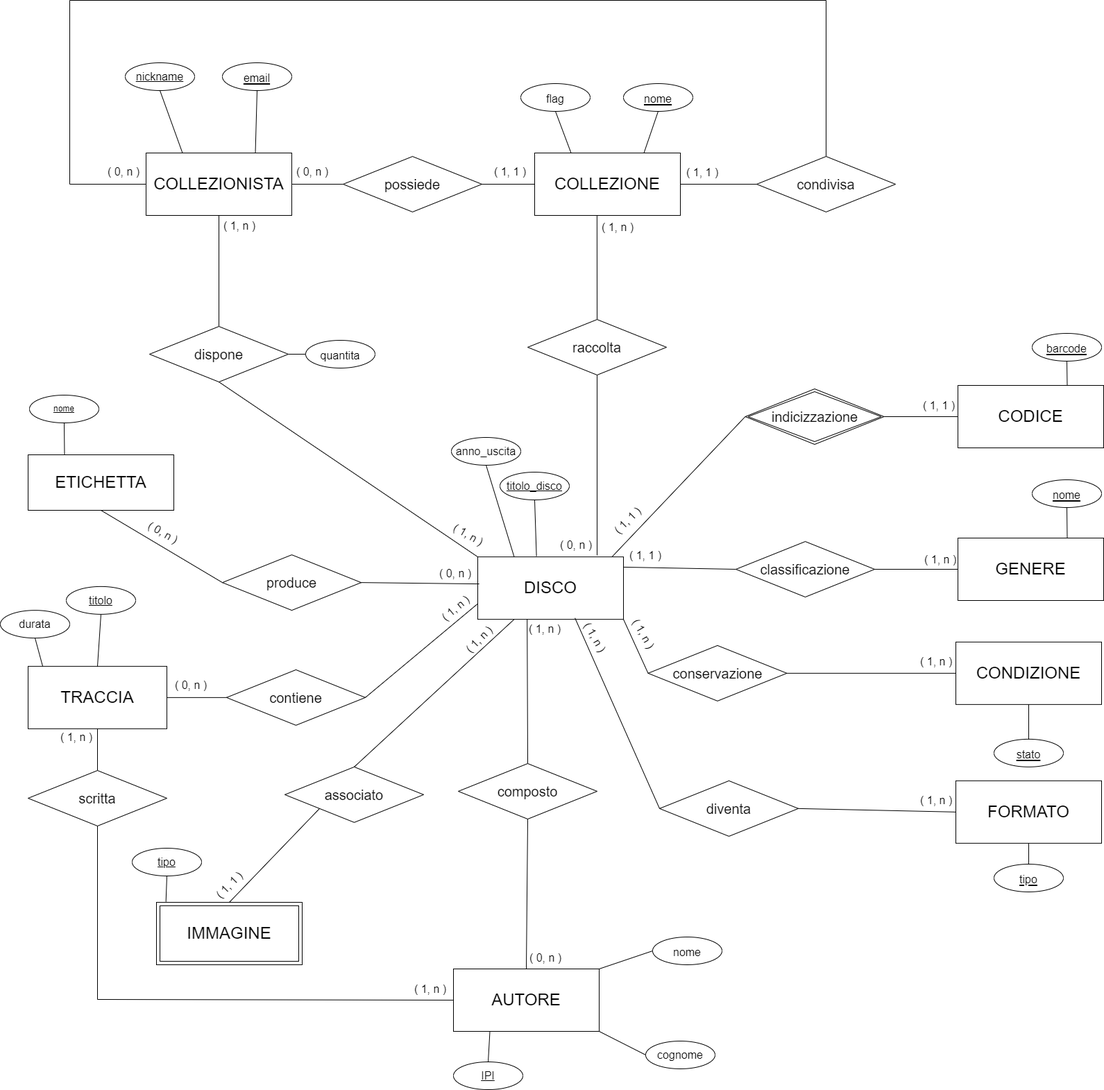
Before: SCHEMA_ER_Progetto Imagine.drawio.png, a diagram exported from draw.io (maryluuuu/db-collectors). Source tidied: cells renumbered, new cells last; positions are measured from the earlier drawing's top-left corner, leaving out a move shared by most shapes.
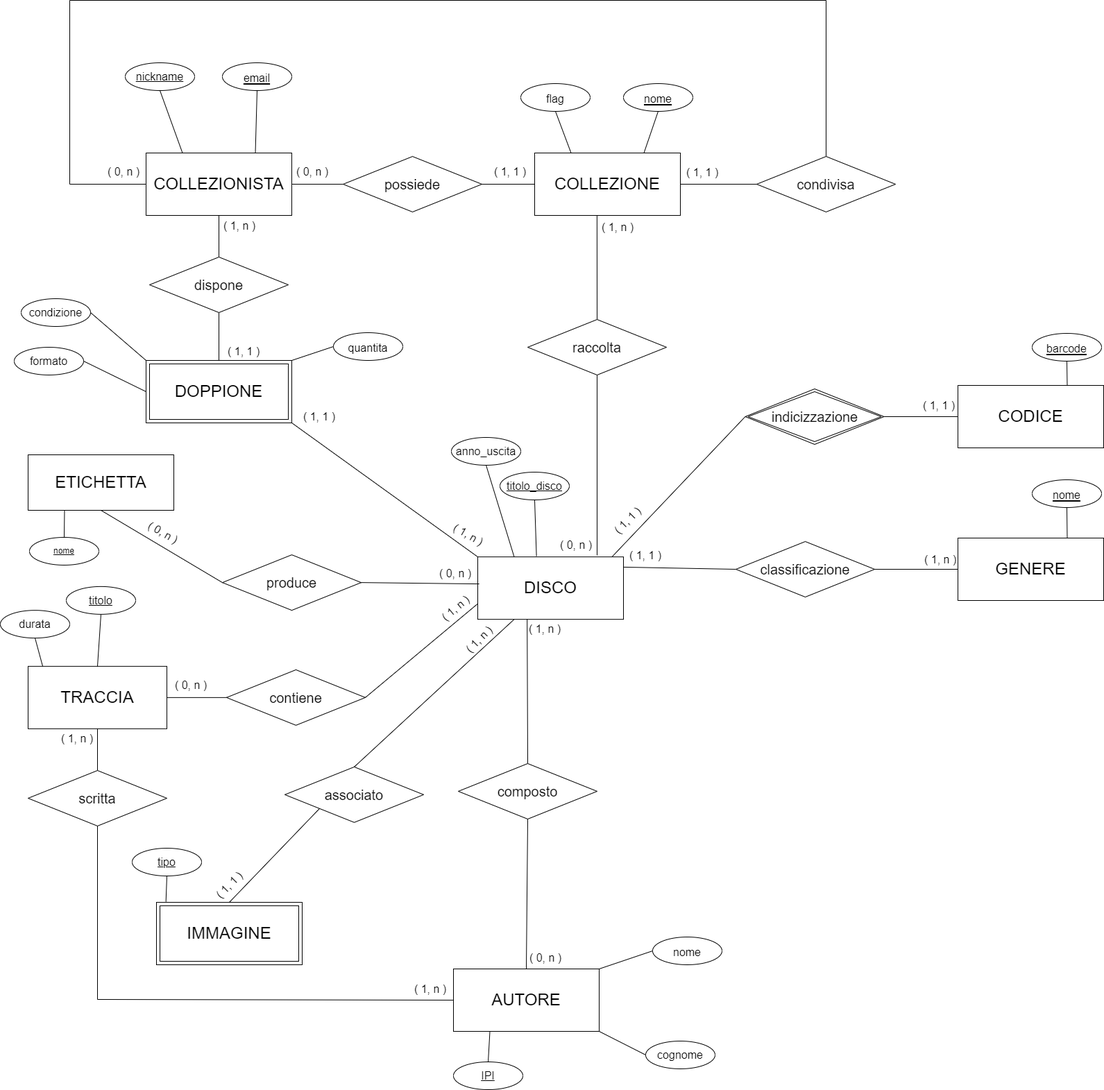
The same diagram one commit later.

Commit message:
Aggiornamento Schema E/R

Change to the diagram source:
```diff
@@ -69,9 +69,9 @@
       <mxGeometry x="860" y="310" width="60" height="30" as="geometry" />
     </mxCell>
     <mxCell id="24" value="&lt;font style=&quot;font-size: 16px;&quot;&gt;quantita&lt;/font&gt;" style="ellipse;whiteSpace=wrap;html=1;align=center;fontSize=24;" parent="1" vertex="1">
-      <mxGeometry x="440" y="490" width="100" height="40" as="geometry" />
+      <mxGeometry x="480" y="479" width="100" height="40" as="geometry" />
     </mxCell>
-    <mxCell id="25" style="endArrow=none;html=1;rounded=0;entryX=0;entryY=0.5;entryDx=0;entryDy=0;exitX=1;exitY=0.5;exitDx=0;exitDy=0;fontSize=24;" parent="1" edge="1" source="103" target="24">
+    <mxCell id="25" style="endArrow=none;html=1;rounded=0;entryX=0;entryY=0.5;entryDx=0;entryDy=0;exitX=1;exitY=0;exitDx=0;exitDy=0;fontSize=24;" parent="1" edge="1" source="115" target="24">
       <mxGeometry relative="1" as="geometry" />
     </mxCell>
     <mxCell id="26" value="&lt;font style=&quot;font-size: 16px;&quot;&gt;nome&lt;/font&gt;" style="ellipse;whiteSpace=wrap;html=1;align=center;fontStyle=4;fontSize=24;" parent="1" vertex="1">
@@ -127,15 +127,6 @@
     <mxCell id="42" value="COLLEZIONE" style="whiteSpace=wrap;html=1;align=center;fontSize=24;" parent="1" vertex="1">
       <mxGeometry x="770" y="220" width="210" height="90" as="geometry" />
     </mxCell>
-    <mxCell id="43" value="&lt;u style=&quot;&quot;&gt;&lt;font style=&quot;font-size: 16px;&quot;&gt;stato&lt;/font&gt;&lt;/u&gt;" style="ellipse;whiteSpace=wrap;html=1;align=center;fontSize=24;" parent="1" vertex="1">
-      <mxGeometry x="1432" y="1064.9" width="100" height="40" as="geometry" />
-    </mxCell>
-    <mxCell id="44" style="endArrow=none;html=1;rounded=0;entryX=1;entryY=1;entryDx=0;entryDy=0;exitX=0;exitY=0.5;exitDx=0;exitDy=0;fontSize=24;" parent="1" edge="1" source="45" target="5">
-      <mxGeometry relative="1" as="geometry" />
-    </mxCell>
-    <mxCell id="45" value="&lt;font style=&quot;font-size: 20px;&quot;&gt;conservazione&lt;/font&gt;" style="shape=rhombus;perimeter=rhombusPerimeter;whiteSpace=wrap;html=1;align=center;fontSize=24;" parent="1" vertex="1">
-      <mxGeometry x="933.5" y="929.9" width="200" height="80" as="geometry" />
-    </mxCell>
     <mxCell id="46" value="( 0, n )" style="text;html=1;strokeColor=none;fillColor=none;align=center;verticalAlign=middle;whiteSpace=wrap;rounded=0;fontSize=16;" parent="1" vertex="1">
       <mxGeometry x="800" y="770" width="60" height="30" as="geometry" />
     </mxCell>
@@ -151,21 +142,6 @@
     <mxCell id="50" value="( 1, 1 )" style="text;html=1;strokeColor=none;fillColor=none;align=center;verticalAlign=middle;whiteSpace=wrap;rounded=0;fontSize=16;" parent="1" vertex="1">
       <mxGeometry x="900" y="785" width="60" height="30" as="geometry" />
     </mxCell>
-    <mxCell id="51" value="CONDIZIONE" style="whiteSpace=wrap;html=1;align=center;fontSize=24;" parent="1" vertex="1">
-      <mxGeometry x="1377" y="924.9" width="210" height="90" as="geometry" />
-    </mxCell>
-    <mxCell id="52" style="endArrow=none;html=1;rounded=0;entryX=0;entryY=0.5;entryDx=0;entryDy=0;exitX=1;exitY=0.5;exitDx=0;exitDy=0;fontSize=24;" parent="1" edge="1" source="45" target="51">
-      <mxGeometry relative="1" as="geometry" />
-    </mxCell>
-    <mxCell id="53" style="endArrow=none;html=1;rounded=0;entryX=0.5;entryY=1;entryDx=0;entryDy=0;exitX=0.5;exitY=0;exitDx=0;exitDy=0;fontSize=24;" parent="1" edge="1" source="43" target="51">
-      <mxGeometry relative="1" as="geometry" />
-    </mxCell>
-    <mxCell id="54" value="&lt;font style=&quot;font-size: 16px;&quot;&gt;( 1, n )&lt;/font&gt;" style="text;whiteSpace=wrap;html=1;fontSize=24;" parent="1" vertex="1">
-      <mxGeometry x="1324" y="929.9" width="70" height="40" as="geometry" />
-    </mxCell>
-    <mxCell id="55" value="&lt;font style=&quot;font-size: 16px;&quot;&gt;( 1, n )&lt;/font&gt;" style="text;whiteSpace=wrap;html=1;fontSize=24;rotation=60;" parent="1" vertex="1">
-      <mxGeometry x="900" y="900" width="70" height="40" as="geometry" />
-    </mxCell>
     <mxCell id="56" value="( 1, n )" style="text;whiteSpace=wrap;html=1;fontSize=16;" parent="1" vertex="1">
       <mxGeometry x="1330" y="790" width="70" height="40" as="geometry" />
     </mxCell>
@@ -193,30 +169,6 @@
     <mxCell id="64" value="( 0, n )" style="text;html=1;strokeColor=none;fillColor=none;align=center;verticalAlign=middle;whiteSpace=wrap;rounded=0;fontSize=16;" parent="1" vertex="1">
       <mxGeometry x="756" y="1365" width="60" height="30" as="geometry" />
     </mxCell>
-    <mxCell id="65" value="&lt;u style=&quot;&quot;&gt;&lt;font style=&quot;font-size: 16px;&quot;&gt;tipo&lt;/font&gt;&lt;/u&gt;" style="ellipse;whiteSpace=wrap;html=1;align=center;fontSize=24;" parent="1" vertex="1">
-      <mxGeometry x="1432" y="1245" width="100" height="40" as="geometry" />
-    </mxCell>
-    <mxCell id="66" value="&lt;font style=&quot;font-size: 20px;&quot;&gt;diventa&lt;/font&gt;" style="shape=rhombus;perimeter=rhombusPerimeter;whiteSpace=wrap;html=1;align=center;fontSize=24;" parent="1" vertex="1">
-      <mxGeometry x="950" y="1124.9" width="200" height="80" as="geometry" />
-    </mxCell>
-    <mxCell id="67" value="FORMATO" style="whiteSpace=wrap;html=1;align=center;fontSize=24;" parent="1" vertex="1">
-      <mxGeometry x="1377" y="1124.9" width="210" height="90" as="geometry" />
-    </mxCell>
-    <mxCell id="68" style="endArrow=none;html=1;rounded=0;entryX=0;entryY=0.5;entryDx=0;entryDy=0;exitX=1;exitY=0.5;exitDx=0;exitDy=0;fontSize=24;" parent="1" edge="1" source="66" target="67">
-      <mxGeometry relative="1" as="geometry" />
-    </mxCell>
-    <mxCell id="69" style="endArrow=none;html=1;rounded=0;entryX=0.5;entryY=1;entryDx=0;entryDy=0;exitX=0.5;exitY=0;exitDx=0;exitDy=0;fontSize=24;" parent="1" edge="1" source="65" target="67">
-      <mxGeometry relative="1" as="geometry" />
-    </mxCell>
-    <mxCell id="70" value="&lt;font style=&quot;font-size: 16px;&quot;&gt;( 1, n )&lt;/font&gt;" style="text;whiteSpace=wrap;html=1;fontSize=24;" parent="1" vertex="1">
-      <mxGeometry x="1324" y="1129.9" width="70" height="40" as="geometry" />
-    </mxCell>
-    <mxCell id="71" style="endArrow=none;html=1;rounded=0;entryX=0.667;entryY=0.978;entryDx=0;entryDy=0;exitX=0;exitY=0.5;exitDx=0;exitDy=0;fontSize=24;entryPerimeter=0;" parent="1" edge="1" source="66" target="5">
-      <mxGeometry relative="1" as="geometry" />
-    </mxCell>
-    <mxCell id="72" value="&lt;font style=&quot;font-size: 16px;&quot;&gt;( 1, n )&lt;/font&gt;" style="text;whiteSpace=wrap;html=1;fontSize=24;rotation=60;" parent="1" vertex="1">
-      <mxGeometry x="830" y="905" width="70" height="40" as="geometry" />
-    </mxCell>
     <mxCell id="73" style="endArrow=none;html=1;rounded=0;exitX=0.5;exitY=0;exitDx=0;exitDy=0;entryX=0.25;entryY=1;entryDx=0;entryDy=0;fontSize=24;" parent="1" edge="1" source="74" target="5">
       <mxGeometry relative="1" as="geometry" />
     </mxCell>
@@ -305,7 +257,7 @@
       <mxGeometry x="590" y="1410" width="60" height="30" as="geometry" />
     </mxCell>
     <mxCell id="100" value="&lt;font style=&quot;font-size: 16px;&quot;&gt;( 1, n )&lt;/font&gt;" style="text;html=1;strokeColor=none;fillColor=none;align=center;verticalAlign=middle;whiteSpace=wrap;rounded=0;fontSize=24;" parent="1" vertex="1">
-      <mxGeometry x="80" y="1044.9" width="60" height="30" as="geometry" />
+      <mxGeometry x="81" y="1046.9" width="60" height="30" as="geometry" />
     </mxCell>
     <mxCell id="101" value="&lt;font style=&quot;font-size: 24px;&quot;&gt;IMMAGINE&lt;/font&gt;" style="shape=ext;margin=3;double=1;whiteSpace=wrap;html=1;align=center;fontSize=24;" parent="1" vertex="1">
       <mxGeometry x="225" y="1300" width="210" height="90" as="geometry" />
@@ -314,7 +266,7 @@
       <mxGeometry relative="1" as="geometry" />
     </mxCell>
     <mxCell id="103" value="&lt;font style=&quot;font-size: 20px;&quot;&gt;dispone&lt;/font&gt;" style="shape=rhombus;perimeter=rhombusPerimeter;whiteSpace=wrap;html=1;align=center;fontSize=24;" parent="1" vertex="1">
-      <mxGeometry x="215" y="470" width="200" height="80" as="geometry" />
+      <mxGeometry x="215" y="370" width="200" height="80" as="geometry" />
     </mxCell>
     <mxCell id="104" style="endArrow=none;html=1;rounded=0;exitX=0.5;exitY=0;exitDx=0;exitDy=0;entryX=0;entryY=0.5;entryDx=0;entryDy=0;fontSize=24;" parent="1" edge="1" source="37" target="14">
       <mxGeometry relative="1" as="geometry">
@@ -334,9 +286,6 @@
     <mxCell id="107" value="&lt;span style=&quot;font-size: 20px;&quot;&gt;produce&lt;/span&gt;" style="shape=rhombus;perimeter=rhombusPerimeter;whiteSpace=wrap;html=1;align=center;fontSize=24;" parent="1" vertex="1">
       <mxGeometry x="320" y="799.1" width="200" height="80" as="geometry" />
     </mxCell>
-    <mxCell id="108" style="endArrow=none;html=1;rounded=0;exitX=0.5;exitY=1;exitDx=0;exitDy=0;entryX=0;entryY=0;entryDx=0;entryDy=0;fontSize=24;" parent="1" edge="1" source="103" target="5">
-      <mxGeometry relative="1" as="geometry" />
-    </mxCell>
     <mxCell id="109" style="endArrow=none;html=1;rounded=0;entryX=1;entryY=0.5;entryDx=0;entryDy=0;exitX=0.01;exitY=0.433;exitDx=0;exitDy=0;exitPerimeter=0;" parent="1" edge="1" source="5" target="107">
       <mxGeometry relative="1" as="geometry" />
     </mxCell>
@@ -344,9 +293,9 @@
       <mxGeometry x="660" y="906" width="60" height="30" as="geometry" />
     </mxCell>
     <mxCell id="111" value="nome" style="ellipse;whiteSpace=wrap;html=1;align=center;fontStyle=4;" parent="1" vertex="1">
-      <mxGeometry x="42" y="569" width="100" height="40" as="geometry" />
+      <mxGeometry x="42" y="774" width="100" height="40" as="geometry" />
     </mxCell>
-    <mxCell id="112" style="endArrow=none;html=1;rounded=0;entryX=0.5;entryY=1;entryDx=0;entryDy=0;exitX=0.25;exitY=0;exitDx=0;exitDy=0;" parent="1" edge="1" source="106" target="111">
+    <mxCell id="112" style="endArrow=none;html=1;rounded=0;exitX=0.25;exitY=1;exitDx=0;exitDy=0;entryX=0.5;entryY=0;entryDx=0;entryDy=0;" parent="1" edge="1" source="106" target="111">
       <mxGeometry relative="1" as="geometry" />
     </mxCell>
     <mxCell id="113" value="&lt;font style=&quot;font-size: 16px;&quot;&gt;( 0, n )&lt;/font&gt;" style="text;html=1;strokeColor=none;fillColor=none;align=center;verticalAlign=middle;whiteSpace=wrap;rounded=0;rotation=30;" parent="1" vertex="1">
@@ -355,5 +304,32 @@
     <mxCell id="114" value="&lt;font style=&quot;font-size: 16px;&quot;&gt;( 0, n )&lt;/font&gt;" style="text;html=1;strokeColor=none;fillColor=none;align=center;verticalAlign=middle;whiteSpace=wrap;rounded=0;" parent="1" vertex="1">
       <mxGeometry x="626" y="811.1" width="60" height="30" as="geometry" />
     </mxCell>
+    <mxCell id="115" value="DOPPIONE" style="shape=ext;margin=3;double=1;whiteSpace=wrap;html=1;align=center;fontSize=24;" parent="1" vertex="1">
+      <mxGeometry x="210" y="519" width="210" height="90" as="geometry" />
+    </mxCell>
+    <mxCell id="116" style="endArrow=none;html=1;rounded=0;entryX=1;entryY=1;entryDx=0;entryDy=0;exitX=0;exitY=0;exitDx=0;exitDy=0;" parent="1" edge="1" source="5" target="115">
+      <mxGeometry relative="1" as="geometry" />
+    </mxCell>
+    <mxCell id="117" style="endArrow=none;html=1;rounded=0;entryX=0.5;entryY=1;entryDx=0;entryDy=0;exitX=0.5;exitY=0;exitDx=0;exitDy=0;" parent="1" edge="1" source="115" target="103">
+      <mxGeometry relative="1" as="geometry" />
+    </mxCell>
+    <mxCell id="118" value="&lt;font style=&quot;font-size: 16px;&quot;&gt;( 1, 1 )&lt;/font&gt;" style="text;whiteSpace=wrap;html=1;" parent="1" vertex="1">
+      <mxGeometry x="326" y="490" width="70" height="40" as="geometry" />
+    </mxCell>
+    <mxCell id="119" value="&lt;font style=&quot;font-size: 16px;&quot;&gt;( 1, 1 )&lt;/font&gt;" style="text;html=1;strokeColor=none;fillColor=none;align=center;verticalAlign=middle;whiteSpace=wrap;rounded=0;" parent="1" vertex="1">
+      <mxGeometry x="430" y="585" width="60" height="30" as="geometry" />
+    </mxCell>
+    <mxCell id="120" value="&lt;span style=&quot;font-size: 16px;&quot;&gt;condizione&lt;/span&gt;" style="ellipse;whiteSpace=wrap;html=1;align=center;" parent="1" vertex="1">
+      <mxGeometry x="30" y="430" width="100" height="40" as="geometry" />
+    </mxCell>
+    <mxCell id="121" value="&lt;span style=&quot;font-size: 16px;&quot;&gt;formato&lt;/span&gt;" style="ellipse;whiteSpace=wrap;html=1;align=center;" parent="1" vertex="1">
+      <mxGeometry x="20" y="500" width="100" height="40" as="geometry" />
+    </mxCell>
+    <mxCell id="122" style="endArrow=none;html=1;rounded=0;entryX=1;entryY=0.5;entryDx=0;entryDy=0;exitX=0;exitY=0.5;exitDx=0;exitDy=0;" parent="1" edge="1" source="115" target="121">
+      <mxGeometry relative="1" as="geometry" />
+    </mxCell>
+    <mxCell id="123" style="endArrow=none;html=1;rounded=0;entryX=1;entryY=0.5;entryDx=0;entryDy=0;exitX=0;exitY=0;exitDx=0;exitDy=0;" parent="1" edge="1" source="115" target="120">
+      <mxGeometry relative="1" as="geometry" />
+    </mxCell>
   </root>
 </mxGraphModel>
```
